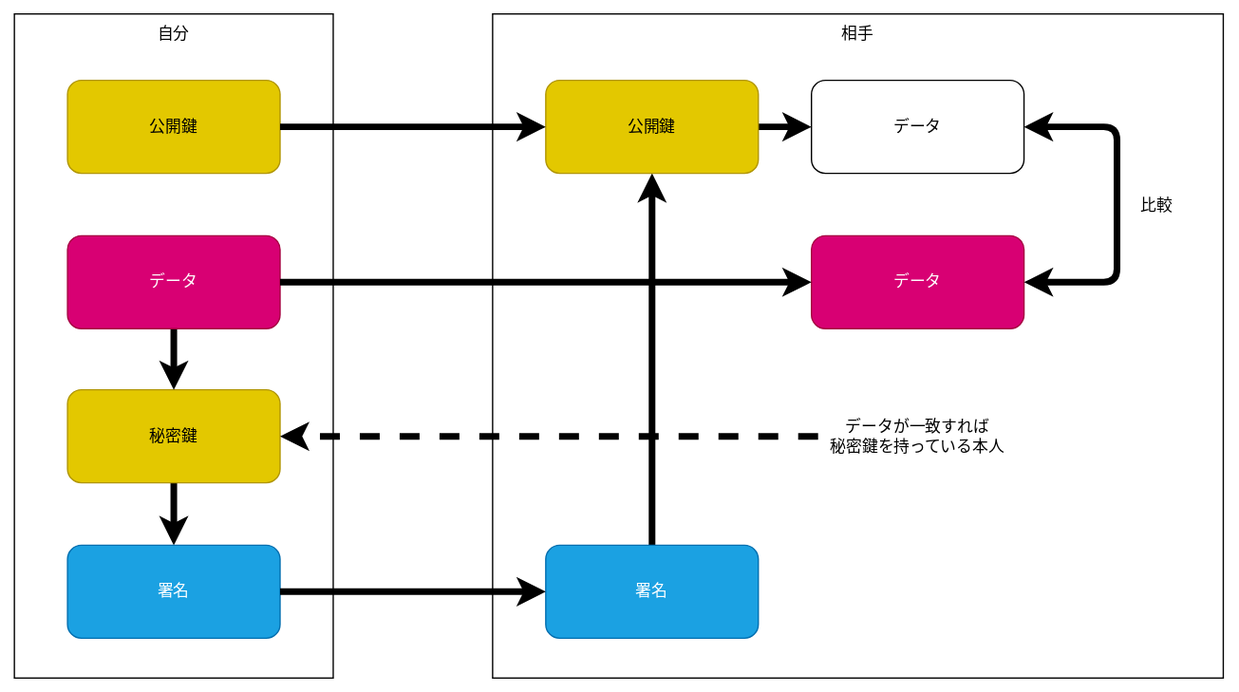
This is 3-BLOCKCHAIN/images/signature.drawio.svg from yamagame/backend-study, a draw.io export, as it was before one commit. Source tidied: cells renumbered, new cells last; positions are measured from the earlier drawing's top-left corner, leaving out a move shared by most shapes.
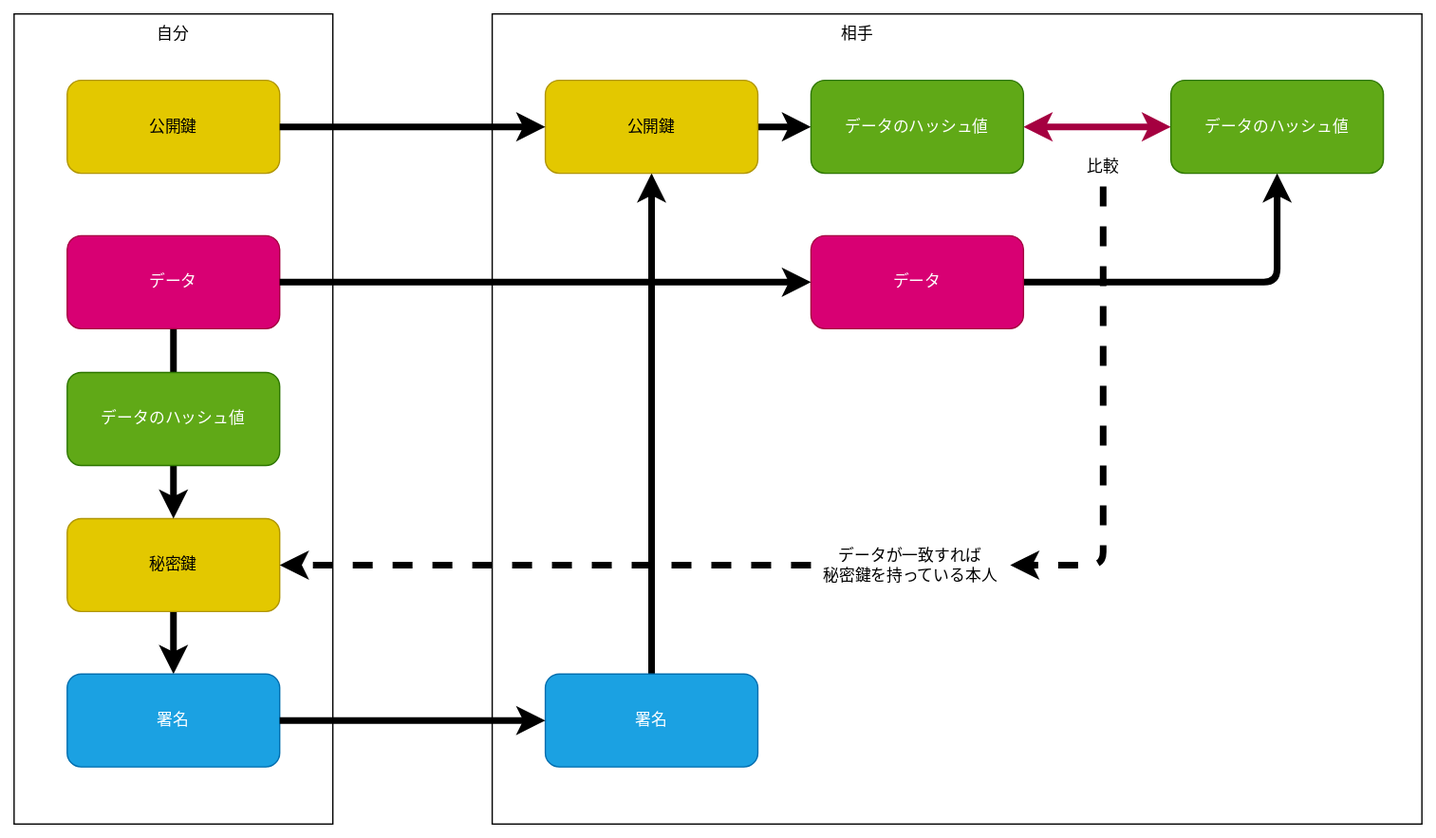
After the change.

Diff of the diagram source:
```diff
@@ -3,16 +3,16 @@
     <mxCell id="0" />
     <mxCell id="1" parent="0" />
     <mxCell id="2" style="rounded=0;whiteSpace=wrap;html=1;strokeColor=none;" parent="1" vertex="1">
-      <mxGeometry width="930" height="520" as="geometry" />
+      <mxGeometry width="1080" height="630" as="geometry" />
     </mxCell>
     <mxCell id="3" style="rounded=0;whiteSpace=wrap;html=1;" parent="1" vertex="1">
-      <mxGeometry x="10" y="10" width="240" height="500" as="geometry" />
+      <mxGeometry x="10" y="10" width="240" height="610" as="geometry" />
     </mxCell>
     <mxCell id="4" style="edgeStyle=none;html=1;strokeWidth=5;" parent="1" edge="1" source="5" target="8">
       <mxGeometry relative="1" as="geometry" />
     </mxCell>
     <mxCell id="5" value="秘密鍵" style="rounded=1;whiteSpace=wrap;html=1;fillColor=#e3c800;fontColor=#000000;strokeColor=#B09500;" parent="1" vertex="1">
-      <mxGeometry x="50" y="293" width="160" height="70" as="geometry" />
+      <mxGeometry x="50" y="390" width="160" height="70" as="geometry" />
     </mxCell>
     <mxCell id="6" style="edgeStyle=none;html=1;strokeWidth=5;" parent="1" edge="1" source="7" target="5">
       <mxGeometry relative="1" as="geometry" />
@@ -21,14 +21,21 @@
       <mxGeometry x="50" y="177" width="160" height="70" as="geometry" />
     </mxCell>
     <mxCell id="8" value="署名" style="rounded=1;whiteSpace=wrap;html=1;fillColor=#1ba1e2;fontColor=#ffffff;strokeColor=#006EAF;" parent="1" vertex="1">
-      <mxGeometry x="50" y="410" width="160" height="70" as="geometry" />
+      <mxGeometry x="50" y="507" width="160" height="70" as="geometry" />
     </mxCell>
     <mxCell id="9" value="公開鍵" style="rounded=1;whiteSpace=wrap;html=1;fillColor=#e3c800;fontColor=#000000;strokeColor=#B09500;" parent="1" vertex="1">
       <mxGeometry x="50" y="60" width="160" height="70" as="geometry" />
     </mxCell>
     <mxCell id="10" style="rounded=0;whiteSpace=wrap;html=1;" parent="1" vertex="1">
-      <mxGeometry x="370" y="10" width="550" height="500" as="geometry" />
+      <mxGeometry x="370" y="10" width="700" height="610" as="geometry" />
     </mxCell>
+    <mxCell id="26" style="edgeStyle=none;html=1;strokeWidth=5;" parent="1" edge="1" source="11" target="28">
+      <mxGeometry relative="1" as="geometry">
+        <Array as="points">
+          <mxPoint x="961" y="212" />
+        </Array>
+      </mxGeometry>
+    </mxCell>
     <mxCell id="11" value="データ" style="rounded=1;whiteSpace=wrap;html=1;fillColor=#d80073;fontColor=#ffffff;strokeColor=#A50040;" parent="1" vertex="1">
       <mxGeometry x="610" y="177" width="160" height="70" as="geometry" />
     </mxCell>
@@ -36,7 +43,7 @@
       <mxGeometry relative="1" as="geometry" />
     </mxCell>
     <mxCell id="13" value="署名" style="rounded=1;whiteSpace=wrap;html=1;fillColor=#1ba1e2;fontColor=#ffffff;strokeColor=#006EAF;" parent="1" vertex="1">
-      <mxGeometry x="410" y="410" width="160" height="70" as="geometry" />
+      <mxGeometry x="410" y="507" width="160" height="70" as="geometry" />
     </mxCell>
     <mxCell id="14" style="edgeStyle=none;html=1;strokeWidth=5;" parent="1" edge="1" source="15" target="22">
       <mxGeometry relative="1" as="geometry" />
@@ -59,25 +66,33 @@
     <mxCell id="20" value="相手" style="text;html=1;strokeColor=none;fillColor=none;align=center;verticalAlign=middle;whiteSpace=wrap;rounded=0;" parent="1" vertex="1">
       <mxGeometry x="615" y="10" width="60" height="30" as="geometry" />
     </mxCell>
-    <mxCell id="21" style="edgeStyle=orthogonalEdgeStyle;html=1;strokeWidth=5;startArrow=classic;startFill=1;" parent="1" edge="1" source="22" target="11">
-      <mxGeometry relative="1" as="geometry">
-        <Array as="points">
-          <mxPoint x="840" y="95" />
-          <mxPoint x="840" y="212" />
-        </Array>
-      </mxGeometry>
+    <mxCell id="21" style="edgeStyle=orthogonalEdgeStyle;html=1;strokeWidth=5;startArrow=classic;startFill=1;fillColor=#d80073;strokeColor=#A50040;" parent="1" edge="1" source="22" target="28">
+      <mxGeometry relative="1" as="geometry" />
     </mxCell>
-    <mxCell id="22" value="データ" style="rounded=1;whiteSpace=wrap;html=1;" parent="1" vertex="1">
+    <mxCell id="22" value="データのハッシュ値" style="rounded=1;whiteSpace=wrap;html=1;fillColor=#60a917;fontColor=#ffffff;strokeColor=#2D7600;" parent="1" vertex="1">
       <mxGeometry x="610" y="60" width="160" height="70" as="geometry" />
     </mxCell>
+    <mxCell id="27" style="edgeStyle=none;html=1;strokeWidth=5;dashed=1;" parent="1" edge="1" source="23" target="25">
+      <mxGeometry relative="1" as="geometry">
+        <Array as="points">
+          <mxPoint x="830" y="425" />
+        </Array>
+      </mxGeometry>
+    </mxCell>
     <mxCell id="23" value="比較" style="text;html=1;strokeColor=none;fillColor=none;align=center;verticalAlign=middle;whiteSpace=wrap;rounded=0;" parent="1" vertex="1">
-      <mxGeometry x="840" y="140" width="60" height="30" as="geometry" />
+      <mxGeometry x="800" y="110" width="60" height="30" as="geometry" />
     </mxCell>
     <mxCell id="24" style="edgeStyle=none;html=1;strokeWidth=5;dashed=1;" parent="1" edge="1" source="25" target="5">
       <mxGeometry relative="1" as="geometry" />
     </mxCell>
     <mxCell id="25" value="データが一致すれば&lt;br&gt;秘密鍵を持っている本人" style="text;html=1;strokeColor=none;fillColor=none;align=center;verticalAlign=middle;whiteSpace=wrap;rounded=0;" parent="1" vertex="1">
-      <mxGeometry x="615" y="299.5" width="150" height="57" as="geometry" />
+      <mxGeometry x="610" y="396.5" width="150" height="57" as="geometry" />
     </mxCell>
+    <mxCell id="28" value="データのハッシュ値" style="rounded=1;whiteSpace=wrap;html=1;fillColor=#60a917;fontColor=#ffffff;strokeColor=#2D7600;" parent="1" vertex="1">
+      <mxGeometry x="881" y="60" width="160" height="70" as="geometry" />
+    </mxCell>
+    <mxCell id="29" value="データのハッシュ値" style="rounded=1;whiteSpace=wrap;html=1;fillColor=#60a917;fontColor=#ffffff;strokeColor=#2D7600;" parent="1" vertex="1">
+      <mxGeometry x="50" y="280" width="160" height="70" as="geometry" />
+    </mxCell>
   </root>
 </mxGraphModel>
```
